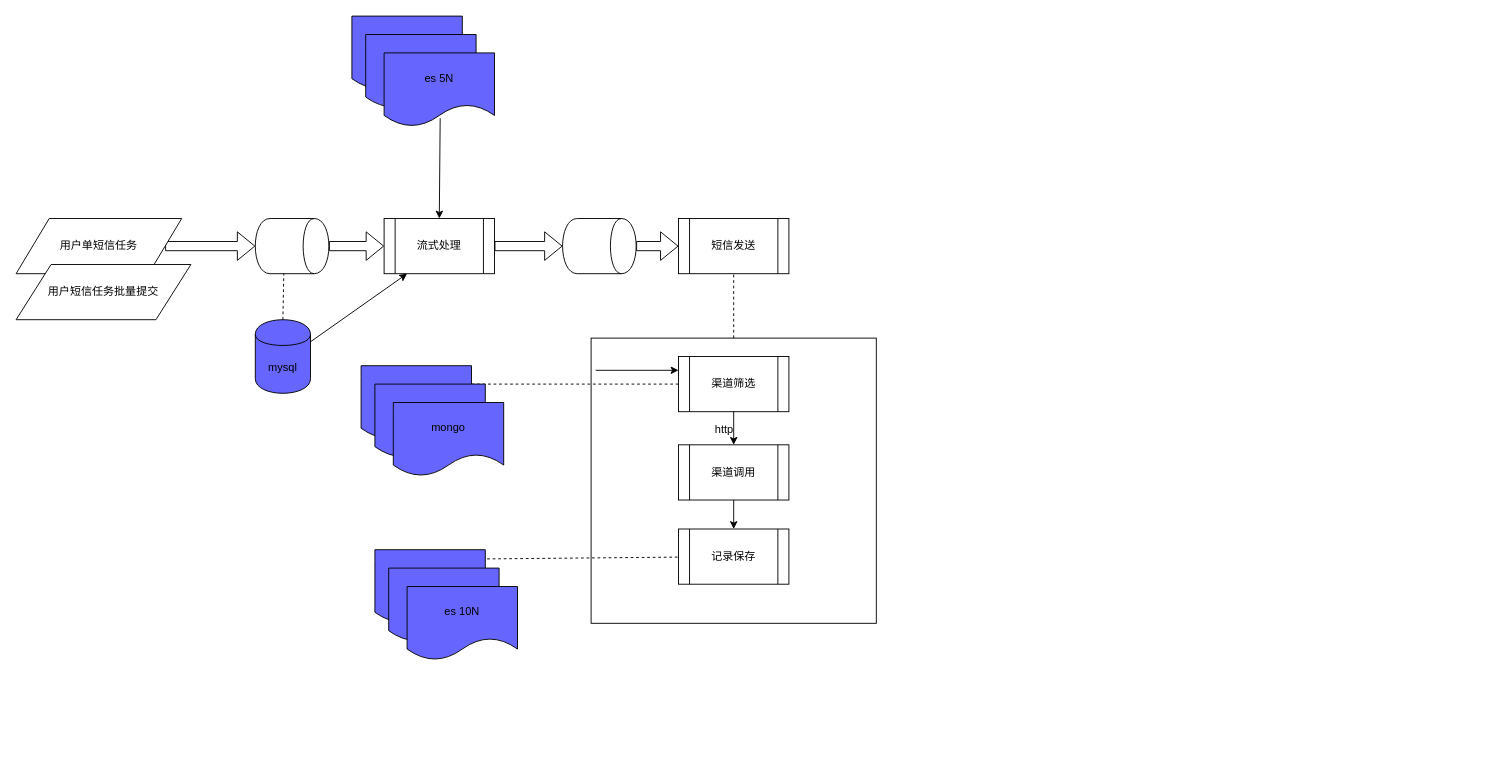
The draw.io diagram Untitled Diagram.drawio in hack0303/draw.io-store, before the edit. Source tidied: cells renumbered, new cells numbered last; positions are measured from the earlier drawing's top-left corner, leaving out a move shared by most shapes. Both pictures are drawn from the tidied source at 92%, with x=0, y=0 at pixel (16, 16).
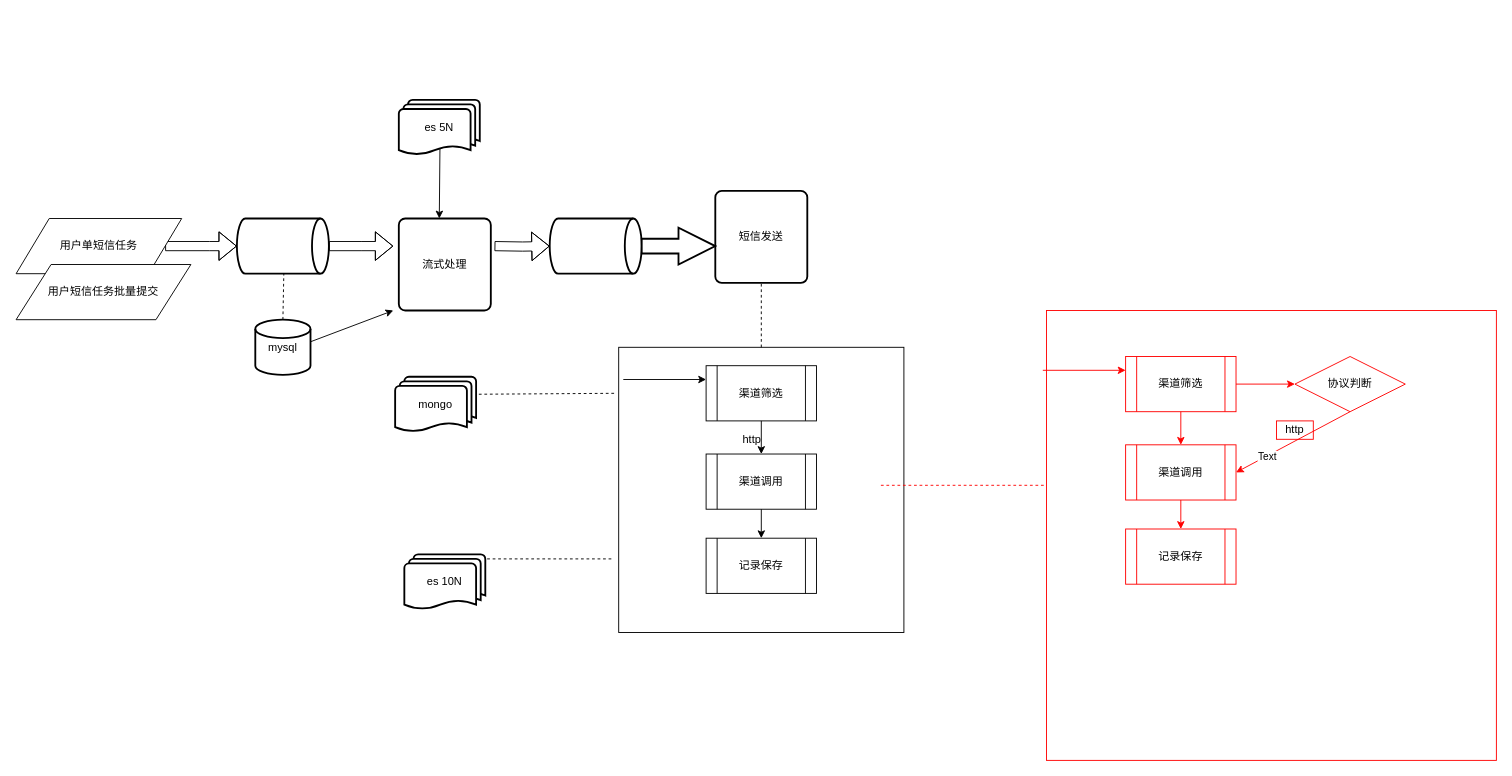
After the change.

Unchanged cells that the change refers to:
```xml
<mxCell id="7" value="用户单短信任务" style="shape=parallelogram;perimeter=parallelogramPerimeter;whiteSpace=wrap;html=1;" parent="1" vertex="1">
  <mxGeometry y="220" width="180" height="60" as="geometry" />
</mxCell>
```

Diff of the diagram source:
```diff
@@
-    <mxCell id="2" style="edgeStyle=orthogonalEdgeStyle;shape=flexArrow;rounded=0;jettySize=auto;html=1;" parent="1" edge="1" source="8" target="5">
-      <mxGeometry relative="1" as="geometry" />
+    <mxCell id="2" style="edgeStyle=orthogonalEdgeStyle;shape=flexArrow;rounded=0;jettySize=auto;html=1;entryX=0;entryY=0.5;entryDx=0;entryDy=0;entryPerimeter=0;" parent="1" edge="1" target="49">
+      <mxGeometry relative="1" as="geometry">
+        <mxPoint x="520" y="250" as="sourcePoint" />
+      </mxGeometry>
     </mxCell>
-    <mxCell id="3" style="shape=cylinder;whiteSpace=wrap;html=1;boundedLbl=1;backgroundOutline=1;direction=south;" parent="1" vertex="1">
-      <mxGeometry x="260" y="220" width="80" height="60" as="geometry" />
-    </mxCell>
-    <mxCell id="4" style="edgeStyle=orthogonalEdgeStyle;shape=flexArrow;rounded=0;jettySize=auto;html=1;entryX=0;entryY=0.5;entryDx=0;entryDy=0;" parent="1" edge="1" source="5" target="11">
-      <mxGeometry relative="1" as="geometry" />
-    </mxCell>
-    <mxCell id="5" style="shape=cylinder;whiteSpace=wrap;html=1;boundedLbl=1;backgroundOutline=1;direction=south;" parent="1" vertex="1">
-      <mxGeometry x="594" y="220" width="80" height="60" as="geometry" />
-    </mxCell>
-    <mxCell id="6" style="edgeStyle=orthogonalEdgeStyle;shape=flexArrow;rounded=0;jettySize=auto;html=1;" parent="1" edge="1" source="7" target="3">
-      <mxGeometry relative="1" as="geometry" />
+    <mxCell id="6" style="edgeStyle=orthogonalEdgeStyle;shape=flexArrow;rounded=0;jettySize=auto;html=1;" parent="1" edge="1" source="7">
+      <mxGeometry relative="1" as="geometry">
+        <mxPoint x="240" y="250" as="targetPoint" />
+      </mxGeometry>
     </mxCell>
@@
-    <mxCell id="8" value="流式处理" style="shape=process;whiteSpace=wrap;html=1;backgroundOutline=1;" parent="1" vertex="1">
-      <mxGeometry x="400" y="220" width="120" height="60" as="geometry" />
-    </mxCell>
-    <mxCell id="9" style="edgeStyle=orthogonalEdgeStyle;shape=flexArrow;rounded=0;jettySize=auto;html=1;" parent="1" edge="1" source="3" target="8">
-      <mxGeometry relative="1" as="geometry" />
+    <mxCell id="9" style="edgeStyle=orthogonalEdgeStyle;shape=flexArrow;rounded=0;jettySize=auto;html=1;exitX=1;exitY=0.5;exitDx=0;exitDy=0;exitPerimeter=0;" parent="1" edge="1" source="50">
+      <mxGeometry relative="1" as="geometry">
+        <mxPoint x="410" y="250" as="targetPoint" />
+      </mxGeometry>
     </mxCell>
@@
-    <mxCell id="11" value="短信发送" style="shape=process;whiteSpace=wrap;html=1;backgroundOutline=1;" parent="1" vertex="1">
-      <mxGeometry x="720" y="220" width="120" height="60" as="geometry" />
-    </mxCell>
     <mxCell id="12" style="whiteSpace=wrap;html=1;" parent="1" vertex="1">
-      <mxGeometry x="625" y="350" width="310" height="310" as="geometry" />
+      <mxGeometry x="655" y="360" width="310" height="310" as="geometry" />
     </mxCell>
@@
-    <mxCell id="14" value="mysql" style="shape=cylinder;whiteSpace=wrap;html=1;boundedLbl=1;backgroundOutline=1;fillColor=#6666FF;" parent="1" vertex="1">
-      <mxGeometry x="260" y="330" width="60" height="80" as="geometry" />
-    </mxCell>
     <mxCell id="15" value="渠道调用" style="shape=process;whiteSpace=wrap;html=1;backgroundOutline=1;" parent="1" vertex="1">
-      <mxGeometry x="720" y="466" width="120" height="60" as="geometry" />
+      <mxGeometry x="750" y="476" width="120" height="60" as="geometry" />
     </mxCell>
     <mxCell id="16" value="记录保存" style="shape=process;whiteSpace=wrap;html=1;backgroundOutline=1;" parent="1" vertex="1">
-      <mxGeometry x="720" y="557.5" width="120" height="60" as="geometry" />
+      <mxGeometry x="750" y="567.5" width="120" height="60" as="geometry" />
     </mxCell>
     <mxCell id="17" value="渠道筛选" style="shape=process;whiteSpace=wrap;html=1;backgroundOutline=1;" parent="1" vertex="1">
-      <mxGeometry x="720" y="370" width="120" height="60" as="geometry" />
+      <mxGeometry x="750" y="380" width="120" height="60" as="geometry" />
     </mxCell>
-    <mxCell id="18" style="endArrow=none;dashed=1;html=1;" parent="1" edge="1" target="16">
+    <mxCell id="18" style="endArrow=none;dashed=1;html=1;" parent="1" edge="1">
       <mxGeometry relative="1" as="geometry">
         <mxPoint x="512" y="590" as="sourcePoint" />
+        <mxPoint x="650" y="590" as="targetPoint" />
       </mxGeometry>
     </mxCell>
-    <mxCell id="19" style="endArrow=none;dashed=1;html=1;exitX=1;exitY=0.25;exitDx=0;exitDy=0;" parent="1" edge="1" source="20" target="17">
-      <mxGeometry relative="1" as="geometry" />
+    <mxCell id="19" style="endArrow=none;dashed=1;html=1;exitX=1.034;exitY=0.317;exitDx=0;exitDy=0;exitPerimeter=0;" parent="1" edge="1" source="22">
+      <mxGeometry relative="1" as="geometry">
+        <mxPoint x="652" y="410" as="targetPoint" />
+      </mxGeometry>
     </mxCell>
-    <mxCell id="20" style="shape=document;whiteSpace=wrap;html=1;boundedLbl=1;fillColor=#6666FF;" parent="1" vertex="1">
-      <mxGeometry x="375" y="380" width="120" height="80" as="geometry" />
-    </mxCell>
-    <mxCell id="21" style="shape=document;whiteSpace=wrap;html=1;boundedLbl=1;fillColor=#6666FF;" parent="1" vertex="1">
-      <mxGeometry x="390" y="400" width="120" height="80" as="geometry" />
-    </mxCell>
-    <mxCell id="22" value="mongo" style="shape=document;whiteSpace=wrap;html=1;boundedLbl=1;fillColor=#6666FF;" parent="1" vertex="1">
-      <mxGeometry x="410" y="420" width="120" height="80" as="geometry" />
-    </mxCell>
-    <mxCell id="23" style="shape=document;whiteSpace=wrap;html=1;boundedLbl=1;fillColor=#6666FF;" parent="1" vertex="1">
-      <mxGeometry x="390" y="580" width="120" height="80" as="geometry" />
-    </mxCell>
-    <mxCell id="24" style="shape=document;whiteSpace=wrap;html=1;boundedLbl=1;fillColor=#6666FF;" parent="1" vertex="1">
-      <mxGeometry x="405" y="600" width="120" height="80" as="geometry" />
-    </mxCell>
-    <mxCell id="25" value="es 10N" style="shape=document;whiteSpace=wrap;html=1;boundedLbl=1;fillColor=#6666FF;" parent="1" vertex="1">
-      <mxGeometry x="425" y="620" width="120" height="80" as="geometry" />
-    </mxCell>
-    <mxCell id="26" style="shape=document;whiteSpace=wrap;html=1;boundedLbl=1;fillColor=#6666FF;" parent="1" vertex="1">
-      <mxGeometry x="365" width="120" height="80" as="geometry" />
-    </mxCell>
-    <mxCell id="27" style="shape=document;whiteSpace=wrap;html=1;boundedLbl=1;fillColor=#6666FF;" parent="1" vertex="1">
-      <mxGeometry x="380" y="20" width="120" height="80" as="geometry" />
-    </mxCell>
-    <mxCell id="28" value="es 5N" style="shape=document;whiteSpace=wrap;html=1;boundedLbl=1;fillColor=#6666FF;" parent="1" vertex="1">
-      <mxGeometry x="400" y="40" width="120" height="80" as="geometry" />
-    </mxCell>
-    <mxCell id="29" style="endArrow=classic;html=1;exitX=1;exitY=0.3;exitDx=0;exitDy=0;" parent="1" edge="1" source="14">
+    <mxCell id="29" style="endArrow=classic;html=1;exitX=1;exitY=0.3;exitDx=0;exitDy=0;" parent="1" edge="1">
       <mxGeometry relative="1" as="geometry">
-        <mxPoint x="425" y="280" as="targetPoint" />
+        <mxPoint x="320" y="354" as="sourcePoint" />
+        <mxPoint x="410" y="320" as="targetPoint" />
       </mxGeometry>
     </mxCell>
-    <mxCell id="30" style="endArrow=none;dashed=1;html=1;entryX=1;entryY=0.613;entryDx=0;entryDy=0;exitX=0.5;exitY=0;exitDx=0;exitDy=0;entryPerimeter=0;" parent="1" edge="1" source="14" target="3">
-      <mxGeometry relative="1" as="geometry" />
+    <mxCell id="30" style="endArrow=none;dashed=1;html=1;entryX=1;entryY=0.613;entryDx=0;entryDy=0;exitX=0.5;exitY=0;exitDx=0;exitDy=0;entryPerimeter=0;" parent="1" edge="1">
+      <mxGeometry relative="1" as="geometry">
+        <mxPoint x="290" y="330" as="sourcePoint" />
+        <mxPoint x="291" y="280" as="targetPoint" />
+      </mxGeometry>
     </mxCell>
-    <mxCell id="31" style="endArrow=classic;html=1;entryX=0.5;entryY=0;entryDx=0;entryDy=0;exitX=0.508;exitY=0.888;exitDx=0;exitDy=0;exitPerimeter=0;" parent="1" edge="1" source="28" target="8">
-      <mxGeometry relative="1" as="geometry" />
+    <mxCell id="31" style="endArrow=classic;html=1;entryX=0.5;entryY=0;entryDx=0;entryDy=0;exitX=0.508;exitY=0.888;exitDx=0;exitDy=0;exitPerimeter=0;" parent="1" edge="1">
+      <mxGeometry relative="1" as="geometry">
+        <mxPoint x="461" y="111" as="sourcePoint" />
+        <mxPoint x="460" y="220" as="targetPoint" />
+      </mxGeometry>
     </mxCell>
@@
     <mxCell id="34" style="endArrow=classic;html=1;entryX=0;entryY=0.25;entryDx=0;entryDy=0;" parent="1" edge="1" target="17">
       <mxGeometry relative="1" as="geometry">
-        <mxPoint x="630" y="385" as="sourcePoint" />
+        <mxPoint x="660" y="395" as="sourcePoint" />
       </mxGeometry>
     </mxCell>
     <mxCell id="35" value="http" style="text;html=1;strokeColor=none;fillColor=none;align=center;verticalAlign=middle;whiteSpace=wrap;rounded=0;" parent="1" vertex="1">
-      <mxGeometry x="750" y="440" width="40" height="20" as="geometry" />
+      <mxGeometry x="780" y="450" width="40" height="20" as="geometry" />
     </mxCell>
+    <mxCell id="36" style="endArrow=none;dashed=1;html=1;strokeColor=#FF0000;" parent="1" edge="1">
+      <mxGeometry relative="1" as="geometry">
+        <mxPoint x="940" y="510" as="sourcePoint" />
+        <mxPoint x="1120" y="510" as="targetPoint" />
+      </mxGeometry>
+    </mxCell>
+    <mxCell id="37" style="whiteSpace=wrap;html=1;strokeColor=#FF0000;" parent="1" vertex="1">
+      <mxGeometry x="1120" y="320" width="489" height="489" as="geometry" />
+    </mxCell>
+    <mxCell id="38" value="渠道调用" style="shape=process;whiteSpace=wrap;html=1;backgroundOutline=1;strokeColor=#FF0000;" parent="1" vertex="1">
+      <mxGeometry x="1206" y="466" width="120" height="60" as="geometry" />
+    </mxCell>
+    <mxCell id="39" value="记录保存" style="shape=process;whiteSpace=wrap;html=1;backgroundOutline=1;strokeColor=#FF0000;" parent="1" vertex="1">
+      <mxGeometry x="1206" y="557.5" width="120" height="60" as="geometry" />
+    </mxCell>
+    <mxCell id="40" value="渠道筛选" style="shape=process;whiteSpace=wrap;html=1;backgroundOutline=1;strokeColor=#FF0000;" parent="1" vertex="1">
+      <mxGeometry x="1206" y="370" width="120" height="60" as="geometry" />
+    </mxCell>
+    <mxCell id="41" style="endArrow=classic;html=1;exitX=0.5;exitY=1;exitDx=0;exitDy=0;entryX=0.5;entryY=0;entryDx=0;entryDy=0;strokeColor=#FF0000;" parent="1" edge="1" source="40" target="38">
+      <mxGeometry relative="1" as="geometry" />
+    </mxCell>
+    <mxCell id="42" style="endArrow=classic;html=1;exitX=0.5;exitY=1;exitDx=0;exitDy=0;entryX=0.5;entryY=0;entryDx=0;entryDy=0;strokeColor=#FF0000;" parent="1" edge="1" source="38" target="39">
+      <mxGeometry relative="1" as="geometry" />
+    </mxCell>
+    <mxCell id="43" style="endArrow=classic;html=1;entryX=0;entryY=0.25;entryDx=0;entryDy=0;strokeColor=#FF0000;" parent="1" edge="1" target="40">
+      <mxGeometry relative="1" as="geometry">
+        <mxPoint x="1116" y="385" as="sourcePoint" />
+      </mxGeometry>
+    </mxCell>
+    <mxCell id="44" value="http" style="text;html=1;strokeColor=#FF0000;fillColor=none;align=center;verticalAlign=middle;whiteSpace=wrap;rounded=0;" parent="1" vertex="1">
+      <mxGeometry x="1370" y="440" width="40" height="20" as="geometry" />
+    </mxCell>
+    <mxCell id="45" value="协议判断" style="rhombus;whiteSpace=wrap;html=1;strokeColor=#FF0000;fillColor=#FFFFFF;" parent="1" vertex="1">
+      <mxGeometry x="1390" y="370" width="120" height="60" as="geometry" />
+    </mxCell>
+    <mxCell id="46" style="endArrow=classic;html=1;strokeColor=#FF0000;exitX=1;exitY=0.5;exitDx=0;exitDy=0;entryX=0;entryY=0.5;entryDx=0;entryDy=0;" parent="1" edge="1" source="40" target="45">
+      <mxGeometry relative="1" as="geometry" />
+    </mxCell>
+    <mxCell id="47" style="endArrow=classic;html=1;strokeColor=#FF0000;entryX=1;entryY=0.5;entryDx=0;entryDy=0;exitX=0.5;exitY=1;exitDx=0;exitDy=0;" parent="1" edge="1" source="45" target="38">
+      <mxGeometry relative="1" as="geometry" />
+    </mxCell>
+    <mxCell id="48" value="Text" style="edgeLabel;html=1;align=center;verticalAlign=middle;" parent="47" vertex="1">
+      <mxGeometry x="0.46" relative="1" as="geometry" />
+    </mxCell>
+    <mxCell id="25" value="es 10N" style="strokeWidth=2;html=1;shape=mxgraph.flowchart.multi-document;whiteSpace=wrap;fillColor=#FFFFFF;" parent="1" vertex="1">
+      <mxGeometry x="422" y="585" width="88" height="60" as="geometry" />
+    </mxCell>
+    <mxCell id="22" value="mongo" style="strokeWidth=2;html=1;shape=mxgraph.flowchart.multi-document;whiteSpace=wrap;fillColor=#FFFFFF;" parent="1" vertex="1">
+      <mxGeometry x="412" y="392" width="88" height="60" as="geometry" />
+    </mxCell>
+    <mxCell id="14" value="mysql" style="strokeWidth=2;html=1;shape=mxgraph.flowchart.database;whiteSpace=wrap;fillColor=#FFFFFF;" parent="1" vertex="1">
+      <mxGeometry x="260" y="330" width="60" height="60" as="geometry" />
+    </mxCell>
+    <mxCell id="28" value="es 5N" style="strokeWidth=2;html=1;shape=mxgraph.flowchart.multi-document;whiteSpace=wrap;fillColor=#FFFFFF;" parent="1" vertex="1">
+      <mxGeometry x="416" y="91" width="88" height="60" as="geometry" />
+    </mxCell>
+    <mxCell id="49" style="strokeWidth=2;html=1;shape=mxgraph.flowchart.direct_data;whiteSpace=wrap;fillColor=#FFFFFF;" parent="1" vertex="1">
+      <mxGeometry x="580" y="220" width="100" height="60" as="geometry" />
+    </mxCell>
+    <mxCell id="50" style="strokeWidth=2;html=1;shape=mxgraph.flowchart.direct_data;whiteSpace=wrap;fillColor=#FFFFFF;" parent="1" vertex="1">
+      <mxGeometry x="240" y="220" width="100" height="60" as="geometry" />
+    </mxCell>
+    <mxCell id="11" value="短信发送" style="rounded=1;whiteSpace=wrap;html=1;absoluteArcSize=1;arcSize=14;strokeWidth=2;fillColor=#FFFFFF;" parent="1" vertex="1">
+      <mxGeometry x="760" y="190" width="100" height="100" as="geometry" />
+    </mxCell>
+    <mxCell id="51" style="verticalLabelPosition=bottom;verticalAlign=top;html=1;strokeWidth=2;shape=mxgraph.arrows2.arrow;dy=0.6;dx=40;notch=0;fillColor=#FFFFFF;" parent="1" vertex="1">
+      <mxGeometry x="680" y="230" width="80" height="40" as="geometry" />
+    </mxCell>
+    <mxCell id="8" value="&lt;span&gt;流式处理&lt;/span&gt;" style="rounded=1;whiteSpace=wrap;html=1;absoluteArcSize=1;arcSize=14;strokeWidth=2;fillColor=#FFFFFF;" parent="1" vertex="1">
+      <mxGeometry x="416" y="220" width="100" height="100" as="geometry" />
+    </mxCell>
```
